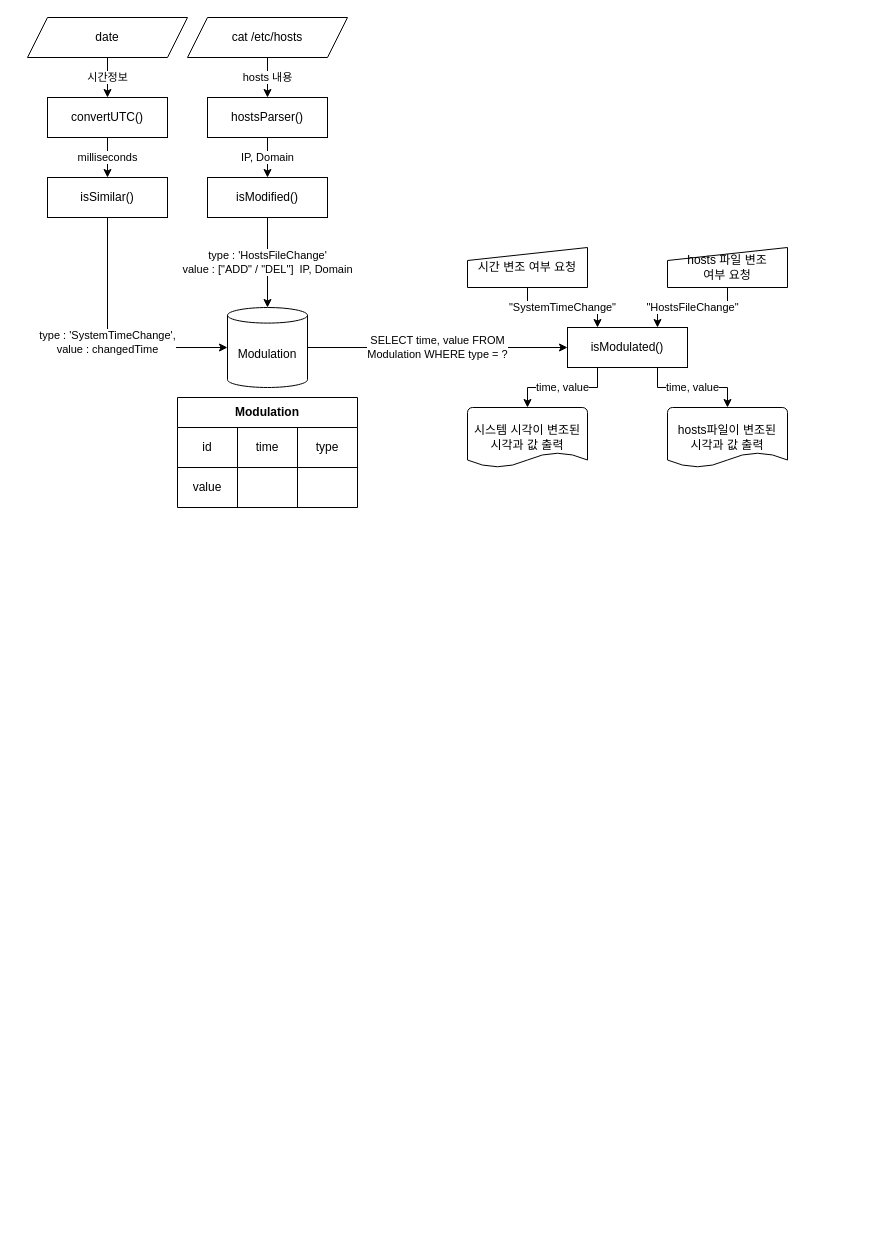
GoldBigDragon/BoB9_Homework keeps this draw.io diagram as 김종민_실시간 대응/DFD_Modulation.drawio. Above is the earlier version. Source tidied: cells renumbered, new cells numbered last; positions are measured from the earlier drawing's top-left corner, leaving out a move shared by most shapes. Both pictures are drawn from the tidied source at 100%, with x=0, y=0 at pixel (27, 17).
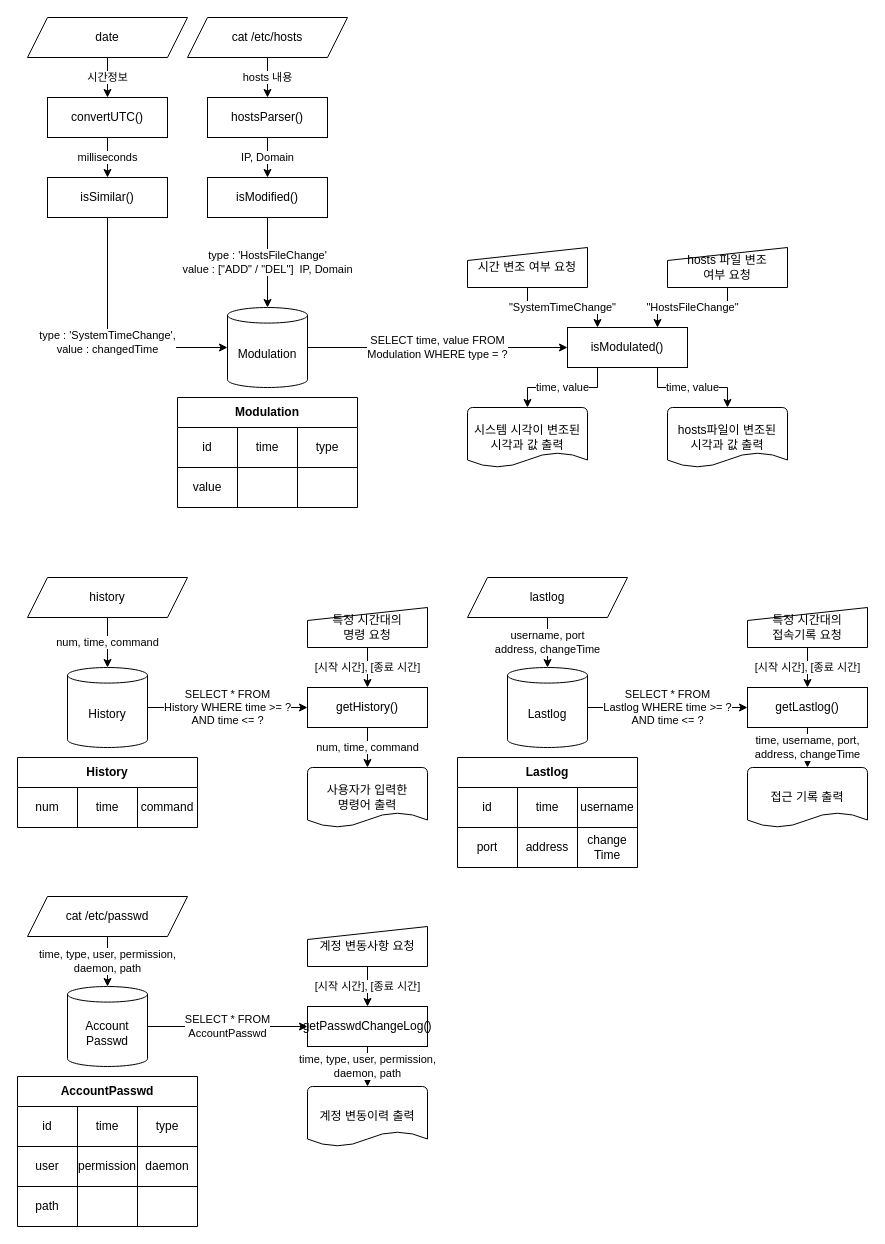
The same diagram, later.

The edit, as a diff of the source:
```diff
@@
+    <mxCell id="34" value="History" style="shape=table;html=1;whiteSpace=wrap;startSize=30;childLayout=tableLayout;fontStyle=1;align=center;" parent="1" vertex="1">
+      <mxGeometry x="-10" y="740" width="180" height="70" as="geometry" />
+    </mxCell>
+    <mxCell id="35" style="shape=partialRectangle;html=1;whiteSpace=wrap;fillColor=none;top=0;left=0;bottom=0;right=0;" parent="34" vertex="1">
+      <mxGeometry y="30" width="180" height="40" as="geometry" />
+    </mxCell>
+    <mxCell id="36" value="num" style="shape=partialRectangle;html=1;whiteSpace=wrap;fillColor=none;top=0;left=0;bottom=0;right=0;overflow=hidden;" parent="35" vertex="1">
+      <mxGeometry width="60" height="40" as="geometry" />
+    </mxCell>
+    <mxCell id="37" value="time" style="shape=partialRectangle;html=1;whiteSpace=wrap;fillColor=none;top=0;left=0;bottom=0;right=0;overflow=hidden;" parent="35" vertex="1">
+      <mxGeometry x="60" width="60" height="40" as="geometry" />
+    </mxCell>
+    <mxCell id="38" value="command" style="shape=partialRectangle;html=1;whiteSpace=wrap;fillColor=none;top=0;left=0;bottom=0;right=0;overflow=hidden;" parent="35" vertex="1">
+      <mxGeometry x="120" width="60" height="40" as="geometry" />
+    </mxCell>
+    <mxCell id="39" value="num, time, command" style="edgeStyle=orthogonalEdgeStyle;rounded=0;jettySize=auto;html=1;exitX=0.5;exitY=1;exitDx=0;exitDy=0;entryX=0.5;entryY=0;entryDx=0;entryDy=0;entryPerimeter=0;" parent="1" edge="1" source="40" target="42">
+      <mxGeometry relative="1" as="geometry" />
+    </mxCell>
+    <mxCell id="40" value="history" style="shape=parallelogram;perimeter=parallelogramPerimeter;whiteSpace=wrap;html=1;fixedSize=1;" parent="1" vertex="1">
+      <mxGeometry y="560" width="160" height="40" as="geometry" />
+    </mxCell>
+    <mxCell id="41" value="SELECT * FROM&lt;br&gt;History WHERE time &amp;gt;= ?&lt;br&gt;AND time &amp;lt;= ?" style="edgeStyle=orthogonalEdgeStyle;rounded=0;jettySize=auto;html=1;exitX=1;exitY=0.5;exitDx=0;exitDy=0;exitPerimeter=0;entryX=0;entryY=0.5;entryDx=0;entryDy=0;" parent="1" edge="1" source="42" target="46">
+      <mxGeometry relative="1" as="geometry" />
+    </mxCell>
+    <mxCell id="42" value="History" style="shape=cylinder3;whiteSpace=wrap;html=1;boundedLbl=1;backgroundOutline=1;size=7.800018310546875;" parent="1" vertex="1">
+      <mxGeometry x="40" y="650" width="80" height="80" as="geometry" />
+    </mxCell>
+    <mxCell id="43" value="[시작 시간], [종료 시간]" style="edgeStyle=orthogonalEdgeStyle;rounded=0;jettySize=auto;html=1;exitX=0.5;exitY=1;exitDx=0;exitDy=0;entryX=0.5;entryY=0;entryDx=0;entryDy=0;" parent="1" edge="1" source="44" target="46">
+      <mxGeometry relative="1" as="geometry" />
+    </mxCell>
+    <mxCell id="44" value="특정 시간대의&lt;br&gt;명령 요청" style="shape=manualInput;whiteSpace=wrap;html=1;align=center;size=13;" parent="1" vertex="1">
+      <mxGeometry x="280" y="590" width="120" height="40" as="geometry" />
+    </mxCell>
+    <mxCell id="45" value="num, time, command" style="edgeStyle=orthogonalEdgeStyle;rounded=0;jettySize=auto;html=1;exitX=0.5;exitY=1;exitDx=0;exitDy=0;entryX=0.5;entryY=0;entryDx=0;entryDy=0;entryPerimeter=0;" parent="1" edge="1" source="46" target="47">
+      <mxGeometry relative="1" as="geometry" />
+    </mxCell>
+    <mxCell id="46" value="getHistory()" style="rounded=0;whiteSpace=wrap;html=1;" parent="1" vertex="1">
+      <mxGeometry x="280" y="670" width="120" height="40" as="geometry" />
+    </mxCell>
+    <mxCell id="47" value="사용자가 입력한&lt;br&gt;명령어 출력" style="strokeWidth=1;html=1;shape=mxgraph.flowchart.document2;whiteSpace=wrap;size=0.25;align=center;" parent="1" vertex="1">
+      <mxGeometry x="280" y="750" width="120" height="60" as="geometry" />
+    </mxCell>
+    <mxCell id="48" value="Lastlog" style="shape=table;html=1;whiteSpace=wrap;startSize=30;childLayout=tableLayout;fontStyle=1;align=center;" parent="1" vertex="1">
+      <mxGeometry x="430" y="740" width="180" height="110" as="geometry" />
+    </mxCell>
+    <mxCell id="49" style="shape=partialRectangle;html=1;whiteSpace=wrap;fillColor=none;top=0;left=0;bottom=0;right=0;" parent="48" vertex="1">
+      <mxGeometry y="30" width="180" height="40" as="geometry" />
+    </mxCell>
+    <mxCell id="50" value="id" style="shape=partialRectangle;html=1;whiteSpace=wrap;fillColor=none;top=0;left=0;bottom=0;right=0;overflow=hidden;" parent="49" vertex="1">
+      <mxGeometry width="60" height="40" as="geometry" />
+    </mxCell>
+    <mxCell id="51" value="time" style="shape=partialRectangle;html=1;whiteSpace=wrap;fillColor=none;top=0;left=0;bottom=0;right=0;overflow=hidden;" parent="49" vertex="1">
+      <mxGeometry x="60" width="60" height="40" as="geometry" />
+    </mxCell>
+    <mxCell id="52" value="username" style="shape=partialRectangle;html=1;whiteSpace=wrap;fillColor=none;top=0;left=0;bottom=0;right=0;overflow=hidden;" parent="49" vertex="1">
+      <mxGeometry x="120" width="60" height="40" as="geometry" />
+    </mxCell>
+    <mxCell id="53" style="shape=partialRectangle;html=1;whiteSpace=wrap;fillColor=none;top=0;left=0;bottom=0;right=0;" parent="48" vertex="1">
+      <mxGeometry y="70" width="180" height="40" as="geometry" />
+    </mxCell>
+    <mxCell id="54" value="port" style="shape=partialRectangle;html=1;whiteSpace=wrap;fillColor=none;top=0;left=0;bottom=0;right=0;overflow=hidden;" parent="53" vertex="1">
+      <mxGeometry width="60" height="40" as="geometry" />
+    </mxCell>
+    <mxCell id="55" value="address" style="shape=partialRectangle;html=1;whiteSpace=wrap;fillColor=none;top=0;left=0;bottom=0;right=0;overflow=hidden;" parent="53" vertex="1">
+      <mxGeometry x="60" width="60" height="40" as="geometry" />
+    </mxCell>
+    <mxCell id="56" value="change&lt;br&gt;Time" style="shape=partialRectangle;html=1;whiteSpace=wrap;fillColor=none;top=0;left=0;bottom=0;right=0;overflow=hidden;" parent="53" vertex="1">
+      <mxGeometry x="120" width="60" height="40" as="geometry" />
+    </mxCell>
+    <mxCell id="57" value="username, port&lt;br&gt;address, changeTime" style="edgeStyle=orthogonalEdgeStyle;rounded=0;jettySize=auto;html=1;exitX=0.5;exitY=1;exitDx=0;exitDy=0;entryX=0.5;entryY=0;entryDx=0;entryDy=0;entryPerimeter=0;" parent="1" edge="1" source="58" target="60">
+      <mxGeometry relative="1" as="geometry" />
+    </mxCell>
+    <mxCell id="58" value="lastlog" style="shape=parallelogram;perimeter=parallelogramPerimeter;whiteSpace=wrap;html=1;fixedSize=1;" parent="1" vertex="1">
+      <mxGeometry x="440" y="560" width="160" height="40" as="geometry" />
+    </mxCell>
+    <mxCell id="59" value="SELECT * FROM&lt;br&gt;Lastlog WHERE time &amp;gt;= ?&lt;br&gt;AND time &amp;lt;= ?" style="edgeStyle=orthogonalEdgeStyle;rounded=0;jettySize=auto;html=1;exitX=1;exitY=0.5;exitDx=0;exitDy=0;exitPerimeter=0;entryX=0;entryY=0.5;entryDx=0;entryDy=0;" parent="1" edge="1" source="60" target="64">
+      <mxGeometry relative="1" as="geometry" />
+    </mxCell>
+    <mxCell id="60" value="Lastlog" style="shape=cylinder3;whiteSpace=wrap;html=1;boundedLbl=1;backgroundOutline=1;size=7.800018310546875;" parent="1" vertex="1">
+      <mxGeometry x="480" y="650" width="80" height="80" as="geometry" />
+    </mxCell>
+    <mxCell id="61" value="[시작 시간], [종료 시간]" style="edgeStyle=orthogonalEdgeStyle;rounded=0;jettySize=auto;html=1;exitX=0.5;exitY=1;exitDx=0;exitDy=0;entryX=0.5;entryY=0;entryDx=0;entryDy=0;" parent="1" edge="1" source="62" target="64">
+      <mxGeometry relative="1" as="geometry" />
+    </mxCell>
+    <mxCell id="62" value="특정 시간대의&lt;br&gt;접속기록 요청" style="shape=manualInput;whiteSpace=wrap;html=1;align=center;size=13;" parent="1" vertex="1">
+      <mxGeometry x="720" y="590" width="120" height="40" as="geometry" />
+    </mxCell>
+    <mxCell id="63" value="time, username, port,&lt;br&gt;address, changeTime" style="edgeStyle=orthogonalEdgeStyle;rounded=0;jettySize=auto;html=1;exitX=0.5;exitY=1;exitDx=0;exitDy=0;entryX=0.5;entryY=0;entryDx=0;entryDy=0;entryPerimeter=0;" parent="1" edge="1" source="64" target="65">
+      <mxGeometry relative="1" as="geometry" />
+    </mxCell>
+    <mxCell id="64" value="getLastlog()" style="rounded=0;whiteSpace=wrap;html=1;" parent="1" vertex="1">
+      <mxGeometry x="720" y="670" width="120" height="40" as="geometry" />
+    </mxCell>
+    <mxCell id="65" value="접근 기록 출력" style="strokeWidth=1;html=1;shape=mxgraph.flowchart.document2;whiteSpace=wrap;size=0.25;align=center;" parent="1" vertex="1">
+      <mxGeometry x="720" y="750" width="120" height="60" as="geometry" />
+    </mxCell>
+    <mxCell id="66" value="AccountPasswd" style="shape=table;html=1;whiteSpace=wrap;startSize=30;childLayout=tableLayout;fontStyle=1;align=center;" parent="1" vertex="1">
+      <mxGeometry x="-10" y="1059" width="180" height="150" as="geometry" />
+    </mxCell>
+    <mxCell id="67" style="shape=partialRectangle;html=1;whiteSpace=wrap;fillColor=none;top=0;left=0;bottom=0;right=0;" parent="66" vertex="1">
+      <mxGeometry y="30" width="180" height="40" as="geometry" />
+    </mxCell>
+    <mxCell id="68" value="id" style="shape=partialRectangle;html=1;whiteSpace=wrap;fillColor=none;top=0;left=0;bottom=0;right=0;overflow=hidden;" parent="67" vertex="1">
+      <mxGeometry width="60" height="40" as="geometry" />
+    </mxCell>
+    <mxCell id="69" value="time" style="shape=partialRectangle;html=1;whiteSpace=wrap;fillColor=none;top=0;left=0;bottom=0;right=0;overflow=hidden;" parent="67" vertex="1">
+      <mxGeometry x="60" width="60" height="40" as="geometry" />
+    </mxCell>
+    <mxCell id="70" value="type" style="shape=partialRectangle;html=1;whiteSpace=wrap;fillColor=none;top=0;left=0;bottom=0;right=0;overflow=hidden;" parent="67" vertex="1">
+      <mxGeometry x="120" width="60" height="40" as="geometry" />
+    </mxCell>
+    <mxCell id="71" style="shape=partialRectangle;html=1;whiteSpace=wrap;fillColor=none;top=0;left=0;bottom=0;right=0;" parent="66" vertex="1">
+      <mxGeometry y="70" width="180" height="40" as="geometry" />
+    </mxCell>
+    <mxCell id="72" value="user" style="shape=partialRectangle;html=1;whiteSpace=wrap;fillColor=none;top=0;left=0;bottom=0;right=0;overflow=hidden;" parent="71" vertex="1">
+      <mxGeometry width="60" height="40" as="geometry" />
+    </mxCell>
+    <mxCell id="73" value="permission" style="shape=partialRectangle;html=1;whiteSpace=wrap;fillColor=none;top=0;left=0;bottom=0;right=0;overflow=hidden;" parent="71" vertex="1">
+      <mxGeometry x="60" width="60" height="40" as="geometry" />
+    </mxCell>
+    <mxCell id="74" value="daemon" style="shape=partialRectangle;html=1;whiteSpace=wrap;fillColor=none;top=0;left=0;bottom=0;right=0;overflow=hidden;" parent="71" vertex="1">
+      <mxGeometry x="120" width="60" height="40" as="geometry" />
+    </mxCell>
+    <mxCell id="75" style="shape=partialRectangle;html=1;whiteSpace=wrap;fillColor=none;top=0;left=0;bottom=0;right=0;" parent="66" vertex="1">
+      <mxGeometry y="110" width="180" height="40" as="geometry" />
+    </mxCell>
+    <mxCell id="76" value="path" style="shape=partialRectangle;html=1;whiteSpace=wrap;fillColor=none;top=0;left=0;bottom=0;right=0;overflow=hidden;" parent="75" vertex="1">
+      <mxGeometry width="60" height="40" as="geometry" />
+    </mxCell>
+    <mxCell id="77" style="shape=partialRectangle;html=1;whiteSpace=wrap;fillColor=none;top=0;left=0;bottom=0;right=0;overflow=hidden;" parent="75" vertex="1">
+      <mxGeometry x="60" width="60" height="40" as="geometry" />
+    </mxCell>
+    <mxCell id="78" style="shape=partialRectangle;html=1;whiteSpace=wrap;fillColor=none;top=0;left=0;bottom=0;right=0;overflow=hidden;" parent="75" vertex="1">
+      <mxGeometry x="120" width="60" height="40" as="geometry" />
+    </mxCell>
+    <mxCell id="79" value="time, type, user, permission,&lt;br&gt;daemon, path" style="edgeStyle=orthogonalEdgeStyle;rounded=0;jettySize=auto;html=1;exitX=0.5;exitY=1;exitDx=0;exitDy=0;entryX=0.5;entryY=0;entryDx=0;entryDy=0;entryPerimeter=0;" parent="1" edge="1" source="80" target="82">
+      <mxGeometry relative="1" as="geometry" />
+    </mxCell>
+    <mxCell id="80" value="cat /etc/passwd" style="shape=parallelogram;perimeter=parallelogramPerimeter;whiteSpace=wrap;html=1;fixedSize=1;" parent="1" vertex="1">
+      <mxGeometry y="879" width="160" height="40" as="geometry" />
+    </mxCell>
+    <mxCell id="81" value="SELECT * FROM&lt;br&gt;AccountPasswd" style="edgeStyle=orthogonalEdgeStyle;rounded=0;jettySize=auto;html=1;exitX=1;exitY=0.5;exitDx=0;exitDy=0;exitPerimeter=0;entryX=0;entryY=0.5;entryDx=0;entryDy=0;" parent="1" edge="1" source="82" target="86">
+      <mxGeometry relative="1" as="geometry" />
+    </mxCell>
+    <mxCell id="82" value="Account&lt;br&gt;Passwd" style="shape=cylinder3;whiteSpace=wrap;html=1;boundedLbl=1;backgroundOutline=1;size=7.800018310546875;" parent="1" vertex="1">
+      <mxGeometry x="40" y="969" width="80" height="80" as="geometry" />
+    </mxCell>
+    <mxCell id="83" value="[시작 시간], [종료 시간]" style="edgeStyle=orthogonalEdgeStyle;rounded=0;jettySize=auto;html=1;exitX=0.5;exitY=1;exitDx=0;exitDy=0;entryX=0.5;entryY=0;entryDx=0;entryDy=0;" parent="1" edge="1" source="84" target="86">
+      <mxGeometry relative="1" as="geometry" />
+    </mxCell>
+    <mxCell id="84" value="계정 변동사항 요청" style="shape=manualInput;whiteSpace=wrap;html=1;align=center;size=13;" parent="1" vertex="1">
+      <mxGeometry x="280" y="909" width="120" height="40" as="geometry" />
+    </mxCell>
+    <mxCell id="85" value="time, type, user, permission,&lt;br&gt;daemon, path" style="edgeStyle=orthogonalEdgeStyle;rounded=0;jettySize=auto;html=1;exitX=0.5;exitY=1;exitDx=0;exitDy=0;entryX=0.5;entryY=0;entryDx=0;entryDy=0;entryPerimeter=0;" parent="1" edge="1" source="86" target="87">
+      <mxGeometry relative="1" as="geometry" />
+    </mxCell>
+    <mxCell id="86" value="getPasswdChangeLog()" style="rounded=0;whiteSpace=wrap;html=1;" parent="1" vertex="1">
+      <mxGeometry x="280" y="989" width="120" height="40" as="geometry" />
+    </mxCell>
+    <mxCell id="87" value="계정 변동이력 출력" style="strokeWidth=1;html=1;shape=mxgraph.flowchart.document2;whiteSpace=wrap;size=0.25;align=center;" parent="1" vertex="1">
+      <mxGeometry x="280" y="1069" width="120" height="60" as="geometry" />
+    </mxCell>
```
